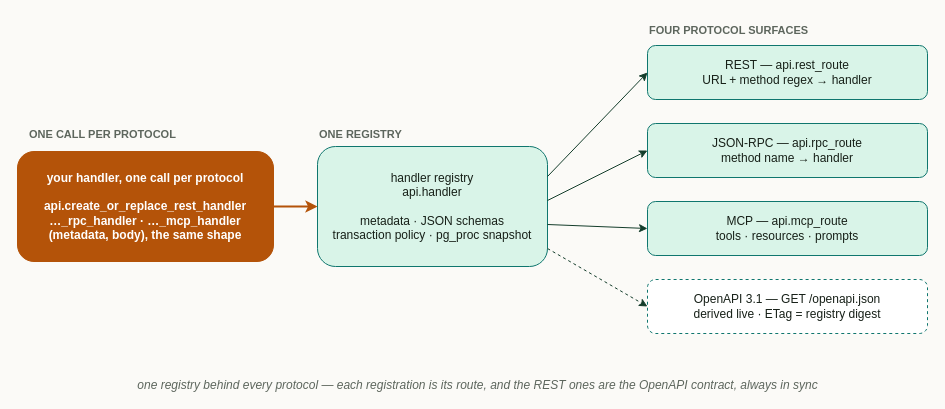
Above: docs/diagrams/d11-one-registry-many-protocols.drawio in vvka-141/pgmi (draw.io), before the change. Source tidied: cells renumbered, new cells numbered last; positions are measured from the earlier drawing's top-left corner, leaving out a move shared by most shapes. Both pictures are drawn from the tidied source at 100%, with x=0, y=0 at pixel (17, 17).
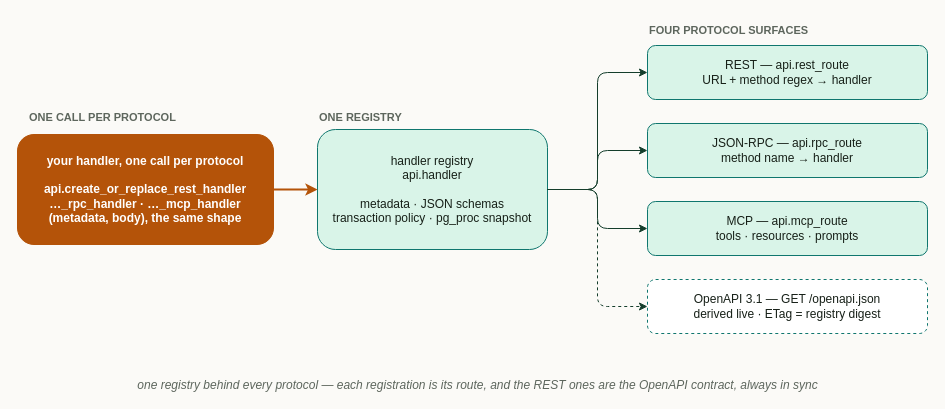
Above is the later version.

Diff of the diagram source:
```diff
@@
 <mxGraphModel background="#fbfaf7">
   <root>
     <mxCell id="0" />
     <mxCell id="1" parent="0" />
     <mxCell id="2" value="ONE CALL PER PROTOCOL" style="text;html=1;align=left;fontStyle=1;fontSize=11;fontColor=#5d665d;" parent="1" vertex="1">
-      <mxGeometry x="10" y="104" width="200" height="20" as="geometry" />
+      <mxGeometry x="10" y="87" width="200" height="20" as="geometry" />
     </mxCell>
     <mxCell id="3" value="ONE REGISTRY" style="text;html=1;align=left;fontStyle=1;fontSize=11;fontColor=#5d665d;" parent="1" vertex="1">
-      <mxGeometry x="300" y="104" width="200" height="20" as="geometry" />
+      <mxGeometry x="300" y="87" width="200" height="20" as="geometry" />
     </mxCell>
     <mxCell id="4" value="FOUR PROTOCOL SURFACES" style="text;html=1;align=left;fontStyle=1;fontSize=11;fontColor=#5d665d;" parent="1" vertex="1">
       <mxGeometry x="630" width="280" height="20" as="geometry" />
     </mxCell>
     <mxCell id="5" value="your handler, one call per protocol&#10;&#10;api.create_or_replace_rest_handler&#10;…_rpc_handler · …_mcp_handler&#10;(metadata, body), the same shape" style="rounded=1;whiteSpace=wrap;html=1;fillColor=#b45309;strokeColor=#b45309;fontColor=#ffffff;fontStyle=1;fontSize=12;" parent="1" vertex="1">
-      <mxGeometry y="134" width="256" height="110" as="geometry" />
+      <mxGeometry y="117" width="256" height="110" as="geometry" />
     </mxCell>
     <mxCell id="6" value="handler registry&#10;api.handler&#10;&#10;metadata · JSON schemas&#10;transaction policy · pg_proc snapshot" style="rounded=1;whiteSpace=wrap;html=1;fillColor=#d9f4e8;strokeColor=#0f766e;fontColor=#172018;fontSize=12;" parent="1" vertex="1">
-      <mxGeometry x="300" y="129" width="230" height="120" as="geometry" />
+      <mxGeometry x="300" y="112" width="230" height="120" as="geometry" />
     </mxCell>
-    <mxCell id="7" style="html=1;endArrow=classic;strokeColor=#b45309;strokeWidth=2;exitX=1;exitY=0.5;entryX=0;entryY=0.5;" parent="1" edge="1" source="5" target="6">
+    <mxCell id="7" style="edgeStyle=orthogonalEdgeStyle;rounded=1;html=1;endArrow=classic;strokeColor=#b45309;strokeWidth=2;exitX=1;exitY=0.5;entryX=0;entryY=0.5;" parent="1" edge="1" source="5" target="6">
       <mxGeometry relative="1" as="geometry" />
     </mxCell>
     <mxCell id="8" value="REST — api.rest_route&#10;URL + method regex → handler" style="rounded=1;whiteSpace=wrap;html=1;fillColor=#d9f4e8;strokeColor=#0f766e;fontColor=#172018;fontSize=12;" parent="1" vertex="1">
       <mxGeometry x="630" y="28" width="280" height="54" as="geometry" />
     </mxCell>
     <mxCell id="9" value="JSON-RPC — api.rpc_route&#10;method name → handler" style="rounded=1;whiteSpace=wrap;html=1;fillColor=#d9f4e8;strokeColor=#0f766e;fontColor=#172018;fontSize=12;" parent="1" vertex="1">
       <mxGeometry x="630" y="106" width="280" height="54" as="geometry" />
     </mxCell>
     <mxCell id="10" value="MCP — api.mcp_route&#10;tools · resources · prompts" style="rounded=1;whiteSpace=wrap;html=1;fillColor=#d9f4e8;strokeColor=#0f766e;fontColor=#172018;fontSize=12;" parent="1" vertex="1">
       <mxGeometry x="630" y="184" width="280" height="54" as="geometry" />
     </mxCell>
     <mxCell id="11" value="OpenAPI 3.1 — GET /openapi.json&#10;derived live · ETag = registry digest" style="rounded=1;whiteSpace=wrap;html=1;fillColor=#ffffff;strokeColor=#0f766e;dashed=1;fontColor=#172018;fontSize=12;" parent="1" vertex="1">
       <mxGeometry x="630" y="262" width="280" height="54" as="geometry" />
     </mxCell>
-    <mxCell id="12" style="html=1;endArrow=classic;strokeColor=#143d2b;exitX=1;exitY=0.25;entryX=0;entryY=0.5;" parent="1" edge="1" source="6" target="8">
+    <mxCell id="12" style="edgeStyle=orthogonalEdgeStyle;rounded=1;html=1;endArrow=classic;strokeColor=#143d2b;exitX=1;exitY=0.5;entryX=0;entryY=0.5;" parent="1" edge="1" source="6" target="8">
       <mxGeometry relative="1" as="geometry" />
     </mxCell>
-    <mxCell id="13" style="html=1;endArrow=classic;strokeColor=#143d2b;exitX=1;exitY=0.45;entryX=0;entryY=0.5;" parent="1" edge="1" source="6" target="9">
+    <mxCell id="13" style="edgeStyle=orthogonalEdgeStyle;rounded=1;html=1;endArrow=classic;strokeColor=#143d2b;exitX=1;exitY=0.5;entryX=0;entryY=0.5;" parent="1" edge="1" source="6" target="9">
       <mxGeometry relative="1" as="geometry" />
     </mxCell>
-    <mxCell id="14" style="html=1;endArrow=classic;strokeColor=#143d2b;exitX=1;exitY=0.65;entryX=0;entryY=0.5;" parent="1" edge="1" source="6" target="10">
+    <mxCell id="14" style="edgeStyle=orthogonalEdgeStyle;rounded=1;html=1;endArrow=classic;strokeColor=#143d2b;exitX=1;exitY=0.5;entryX=0;entryY=0.5;" parent="1" edge="1" source="6" target="10">
       <mxGeometry relative="1" as="geometry" />
     </mxCell>
-    <mxCell id="15" style="html=1;endArrow=classic;strokeColor=#143d2b;dashed=1;exitX=1;exitY=0.85;entryX=0;entryY=0.5;" parent="1" edge="1" source="6" target="11">
+    <mxCell id="15" style="edgeStyle=orthogonalEdgeStyle;rounded=1;html=1;endArrow=classic;strokeColor=#143d2b;dashed=1;exitX=1;exitY=0.5;entryX=0;entryY=0.5;" parent="1" edge="1" source="6" target="11">
       <mxGeometry relative="1" as="geometry" />
     </mxCell>
     <mxCell id="16" value="one registry behind every protocol — each registration is its route, and the REST ones are the OpenAPI contract, always in sync" style="text;html=1;align=center;fontStyle=2;fontSize=12;fontColor=#5d665d;" parent="1" vertex="1">
       <mxGeometry x="110" y="354" width="700" height="20" as="geometry" />
     </mxCell>
   </root>
 </mxGraphModel>
```
